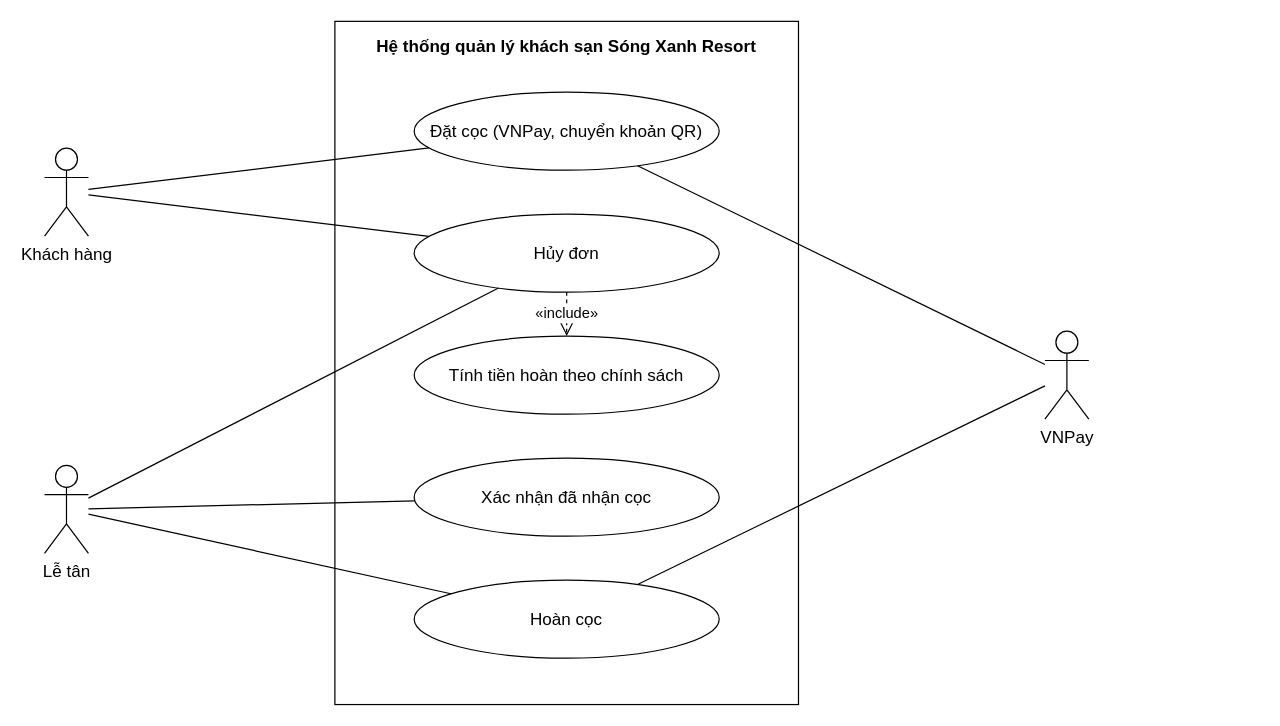
Before: docs/use-case/uc2-dat-coc-hoan-coc.drawio in ngynquchn2511/beach-hotel, a draw.io diagram. Source tidied: cells renumbered, new cells numbered last; positions are measured from the earlier drawing's top-left corner, leaving out a move shared by most shapes. Both pictures are drawn from the tidied source at 122%, with x=0, y=0 at pixel (44, 21).
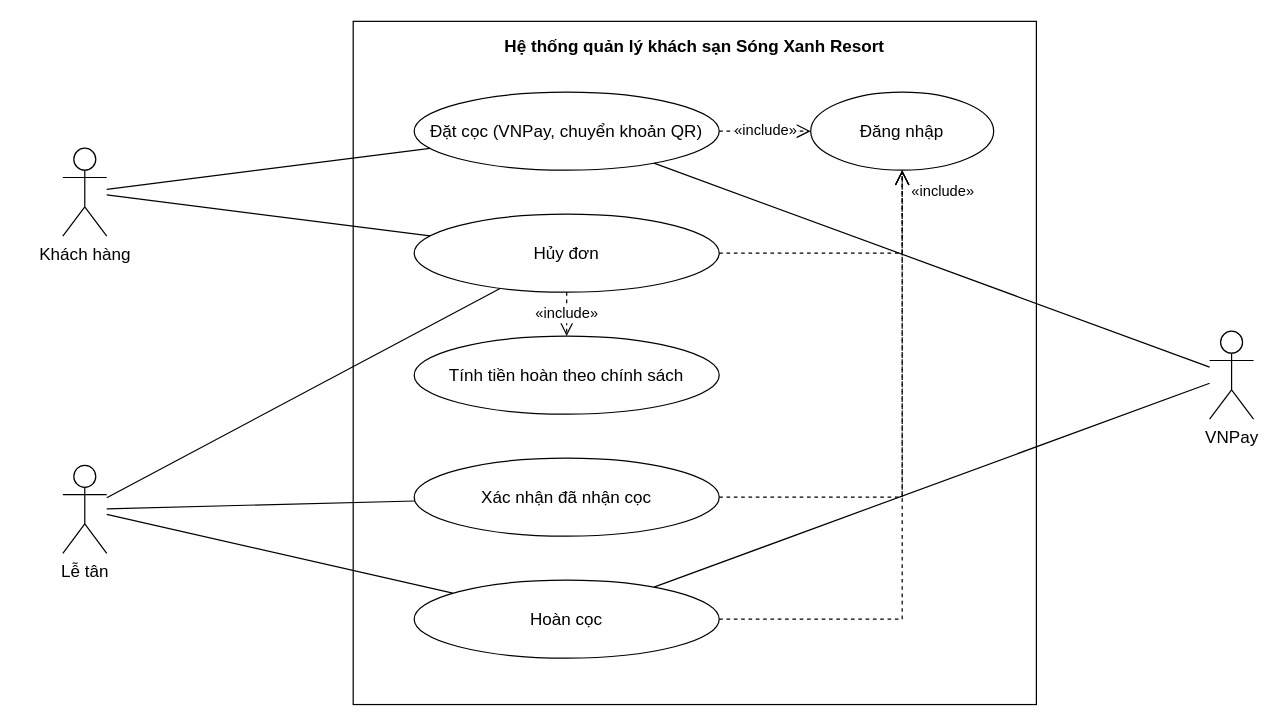
Above is the later version.

Unchanged cells that the change refers to:
```xml
<mxCell id="3" value="Đặt cọc (VNPay, chuyển khoản QR)" style="fontFamily=Arial;fontColor=#000000;ellipse;whiteSpace=wrap;html=1;fillColor=#FFFFFF;strokeColor=#000000;fontSize=14;" parent="1" vertex="1">
  <mxGeometry x="303" y="58" width="250" height="64" as="geometry" />
</mxCell>
<mxCell id="4" value="Hủy đơn" style="fontFamily=Arial;fontColor=#000000;ellipse;whiteSpace=wrap;html=1;fillColor=#FFFFFF;strokeColor=#000000;fontSize=14;" parent="1" vertex="1">
  <mxGeometry x="303" y="158" width="250" height="64" as="geometry" />
</mxCell>
<mxCell id="5" value="Tính tiền hoàn theo chính sách" style="fontFamily=Arial;fontColor=#000000;ellipse;whiteSpace=wrap;html=1;fillColor=#FFFFFF;strokeColor=#000000;fontSize=14;" parent="1" vertex="1">
  <mxGeometry x="303" y="258" width="250" height="64" as="geometry" />
</mxCell>
<mxCell id="6" value="Xác nhận đã nhận cọc" style="fontFamily=Arial;fontColor=#000000;ellipse;whiteSpace=wrap;html=1;fillColor=#FFFFFF;strokeColor=#000000;fontSize=14;" parent="1" vertex="1">
  <mxGeometry x="303" y="358" width="250" height="64" as="geometry" />
</mxCell>
<mxCell id="7" value="Hoàn cọc" style="fontFamily=Arial;fontColor=#000000;ellipse;whiteSpace=wrap;html=1;fillColor=#FFFFFF;strokeColor=#000000;fontSize=14;" parent="1" vertex="1">
  <mxGeometry x="303" y="458" width="250" height="64" as="geometry" />
</mxCell>
```

Diff of the diagram source:
```diff
@@
     <mxCell id="2" value="Hệ thống quản lý khách sạn Sóng Xanh Resort" style="fontFamily=Arial;fontColor=#000000;rounded=0;whiteSpace=wrap;html=1;verticalAlign=top;fontStyle=1;fontSize=14;fillColor=none;strokeColor=#000000;spacingTop=6;" parent="1" vertex="1">
-      <mxGeometry x="238" width="380" height="560" as="geometry" />
+      <mxGeometry x="253" width="560" height="560" as="geometry" />
     </mxCell>
@@
-    <mxCell id="8" value="Khách hàng" style="fontFamily=Arial;fontColor=#000000;shape=umlActor;verticalLabelPosition=bottom;verticalAlign=top;html=1;outlineConnect=0;fillColor=#FFFFFF;strokeColor=#000000;fontSize=14;" parent="1" vertex="1">
-      <mxGeometry y="104" width="36" height="72" as="geometry" />
+    <mxCell id="8" value="Đăng nhập" style="fontFamily=Arial;fontColor=#000000;ellipse;whiteSpace=wrap;html=1;fillColor=#FFFFFF;strokeColor=#000000;fontSize=14;" parent="1" vertex="1">
+      <mxGeometry x="628" y="58" width="150" height="64" as="geometry" />
     </mxCell>
+    <mxCell id="19" value="«include»" style="fontFamily=Arial;fontColor=#000000;endArrow=open;endSize=10;dashed=1;html=1;strokeColor=#000000;rounded=0;fontSize=12;labelBackgroundColor=#FFFFFF;exitX=1;exitY=0.5;exitDx=0;exitDy=0;exitPerimeter=0;entryX=0;entryY=0.5;entryDx=0;entryDy=0;entryPerimeter=0;" parent="1" edge="1" source="3" target="8">
+      <mxGeometry relative="1" as="geometry" />
+    </mxCell>
+    <mxCell id="20" style="fontFamily=Arial;fontColor=#000000;endArrow=open;endSize=10;dashed=1;html=1;strokeColor=#000000;rounded=0;fontSize=12;labelBackgroundColor=#FFFFFF;exitX=1;exitY=0.5;exitDx=0;exitDy=0;exitPerimeter=0;entryX=0.5;entryY=1;entryDx=0;entryDy=0;entryPerimeter=0;" parent="1" edge="1" source="4" target="8">
+      <mxGeometry relative="1" as="geometry">
+        <Array as="points">
+          <mxPoint x="703" y="190" />
+        </Array>
+      </mxGeometry>
+    </mxCell>
+    <mxCell id="11" style="fontFamily=Arial;fontColor=#000000;endArrow=open;endSize=10;dashed=1;html=1;strokeColor=#000000;rounded=0;fontSize=12;labelBackgroundColor=#FFFFFF;exitX=1;exitY=0.5;exitDx=0;exitDy=0;exitPerimeter=0;entryX=0.5;entryY=1;entryDx=0;entryDy=0;entryPerimeter=0;" parent="1" edge="1" source="6" target="8">
+      <mxGeometry relative="1" as="geometry">
+        <Array as="points">
+          <mxPoint x="703" y="390" />
+        </Array>
+      </mxGeometry>
+    </mxCell>
+    <mxCell id="12" style="fontFamily=Arial;fontColor=#000000;endArrow=open;endSize=10;dashed=1;html=1;strokeColor=#000000;rounded=0;fontSize=12;labelBackgroundColor=#FFFFFF;exitX=1;exitY=0.5;exitDx=0;exitDy=0;exitPerimeter=0;entryX=0.5;entryY=1;entryDx=0;entryDy=0;entryPerimeter=0;" parent="1" edge="1" source="7" target="8">
+      <mxGeometry relative="1" as="geometry">
+        <Array as="points">
+          <mxPoint x="703" y="490" />
+        </Array>
+      </mxGeometry>
+    </mxCell>
+    <mxCell id="21" value="«include»" style="fontFamily=Arial;fontColor=#000000;text;html=1;align=left;verticalAlign=middle;fontSize=12;strokeColor=none;fillColor=none;" parent="1" vertex="1">
+      <mxGeometry x="709" y="130" width="80" height="20" as="geometry" />
+    </mxCell>
+    <mxCell id="22" value="Khách hàng" style="fontFamily=Arial;fontColor=#000000;shape=umlActor;verticalLabelPosition=bottom;verticalAlign=top;html=1;outlineConnect=0;fillColor=#FFFFFF;strokeColor=#000000;fontSize=14;" parent="1" vertex="1">
+      <mxGeometry x="15" y="104" width="36" height="72" as="geometry" />
+    </mxCell>
     <mxCell id="9" value="Lễ tân" style="fontFamily=Arial;fontColor=#000000;shape=umlActor;verticalLabelPosition=bottom;verticalAlign=top;html=1;outlineConnect=0;fillColor=#FFFFFF;strokeColor=#000000;fontSize=14;" parent="1" vertex="1">
-      <mxGeometry y="364" width="36" height="72" as="geometry" />
+      <mxGeometry x="15" y="364" width="36" height="72" as="geometry" />
     </mxCell>
     <mxCell id="10" value="VNPay" style="fontFamily=Arial;fontColor=#000000;shape=umlActor;verticalLabelPosition=bottom;verticalAlign=top;html=1;outlineConnect=0;fillColor=#FFFFFF;strokeColor=#000000;fontSize=14;" parent="1" vertex="1">
-      <mxGeometry x="820" y="254" width="36" height="72" as="geometry" />
+      <mxGeometry x="955" y="254" width="36" height="72" as="geometry" />
     </mxCell>
-    <mxCell id="11" style="fontFamily=Arial;fontColor=#000000;endArrow=none;html=1;strokeColor=#000000;rounded=0;" parent="1" edge="1" source="8" target="3">
-      <mxGeometry relative="1" as="geometry" />
-    </mxCell>
-    <mxCell id="12" style="fontFamily=Arial;fontColor=#000000;endArrow=none;html=1;strokeColor=#000000;rounded=0;" parent="1" edge="1" source="8" target="4">
-      <mxGeometry relative="1" as="geometry" />
-    </mxCell>
+    <mxCell id="17" style="fontFamily=Arial;fontColor=#000000;endArrow=none;html=1;strokeColor=#000000;rounded=0;" parent="1" edge="1" source="22" target="3">
+      <mxGeometry relative="1" as="geometry" />
+    </mxCell>
+    <mxCell id="18" style="fontFamily=Arial;fontColor=#000000;endArrow=none;html=1;strokeColor=#000000;rounded=0;" parent="1" edge="1" source="22" target="4">
+      <mxGeometry relative="1" as="geometry" />
+    </mxCell>
@@
-    <mxCell id="17" style="fontFamily=Arial;fontColor=#000000;endArrow=none;html=1;strokeColor=#000000;rounded=0;" parent="1" edge="1" source="10" target="7">
-      <mxGeometry relative="1" as="geometry" />
-    </mxCell>
-    <mxCell id="18" value="«include»" style="fontFamily=Arial;fontColor=#000000;endArrow=open;endSize=10;dashed=1;html=1;strokeColor=#000000;rounded=0;fontSize=12;labelBackgroundColor=#FFFFFF;exitX=0.5;exitY=1;exitDx=0;exitDy=0;exitPerimeter=0;entryX=0.5;entryY=0;entryDx=0;entryDy=0;entryPerimeter=0;" parent="1" edge="1" source="4" target="5">
-      <mxGeometry relative="1" as="geometry" />
-    </mxCell>
+    <mxCell id="23" style="fontFamily=Arial;fontColor=#000000;endArrow=none;html=1;strokeColor=#000000;rounded=0;" parent="1" edge="1" source="10" target="7">
+      <mxGeometry relative="1" as="geometry" />
+    </mxCell>
+    <mxCell id="24" value="«include»" style="fontFamily=Arial;fontColor=#000000;endArrow=open;endSize=10;dashed=1;html=1;strokeColor=#000000;rounded=0;fontSize=12;labelBackgroundColor=#FFFFFF;exitX=0.5;exitY=1;exitDx=0;exitDy=0;exitPerimeter=0;entryX=0.5;entryY=0;entryDx=0;entryDy=0;entryPerimeter=0;" parent="1" edge="1" source="4" target="5">
+      <mxGeometry relative="1" as="geometry" />
+    </mxCell>
```
